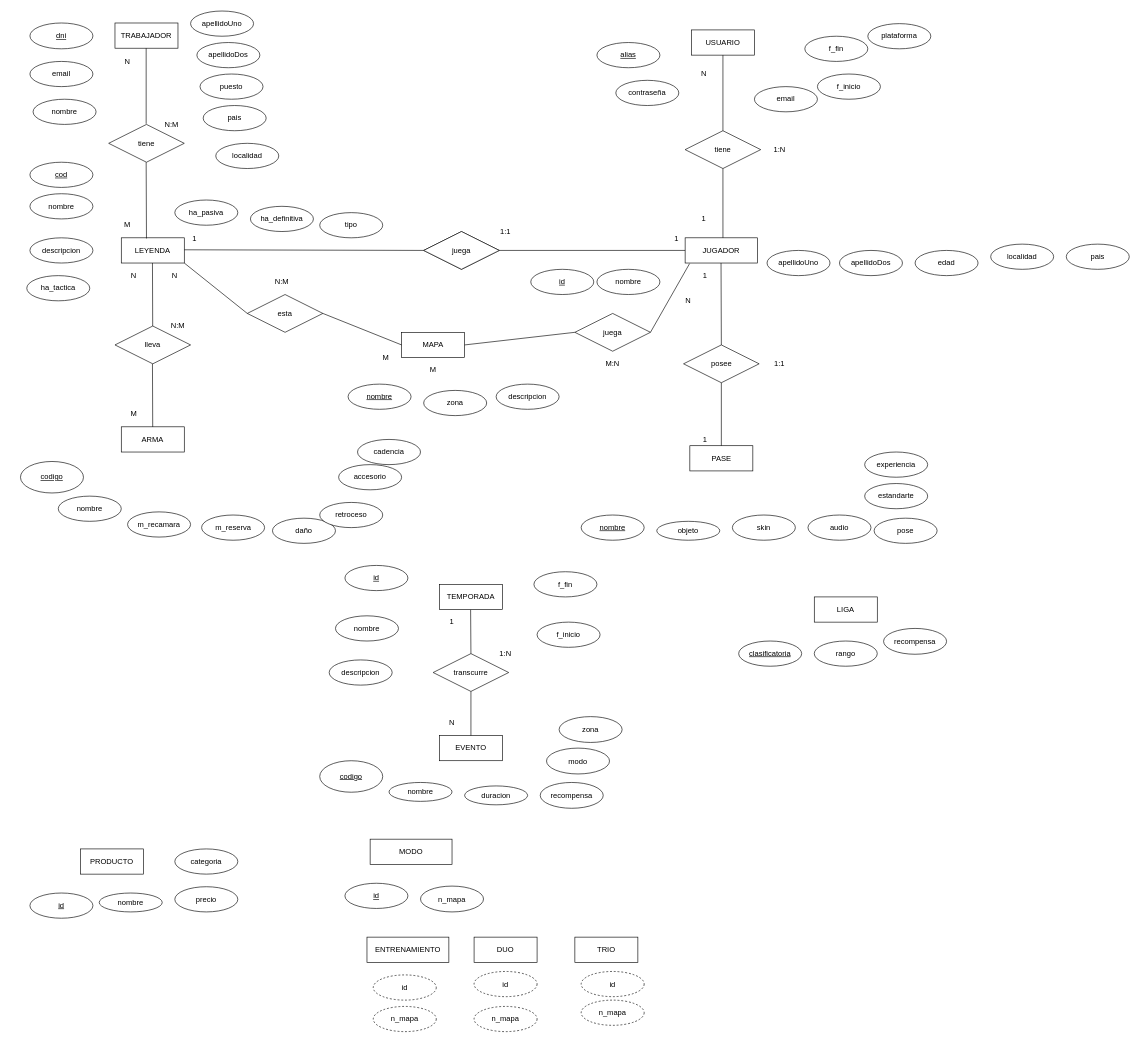
Above: modelo_entidad_relacion/modelo_entidad_relacion.drawio in raulgp97/base_de_datos_apex_leyends (draw.io), before the change. Source tidied: cells renumbered, new cells numbered last; positions are measured from the earlier drawing's top-left corner, leaving out a move shared by most shapes. Both pictures are drawn from the tidied source at 63%, with x=0, y=0 at pixel (20, 11).
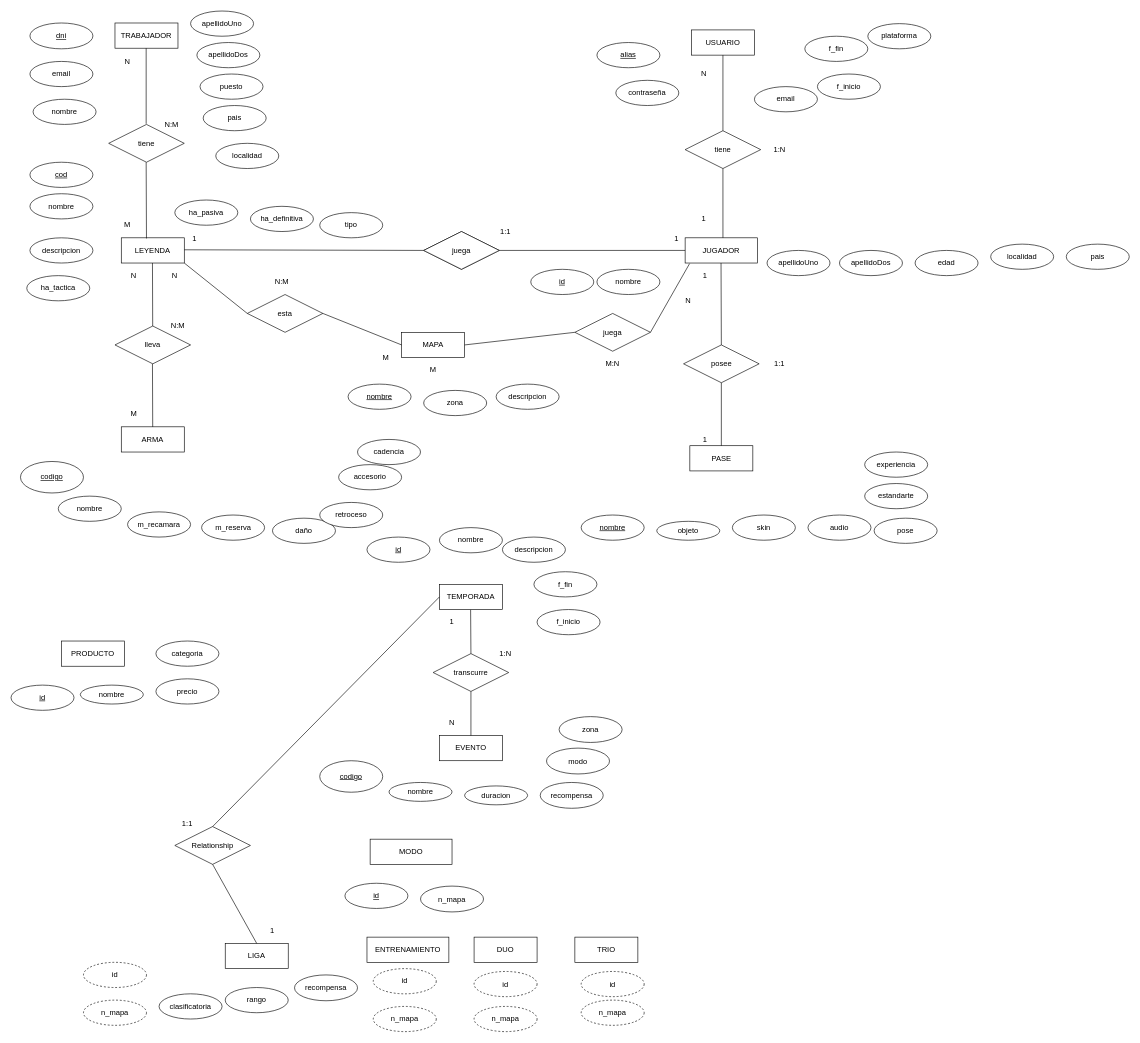
After the change.

Commit message:
Relacion liga y temporada

He añadido la entidad liga a la entidad modo para que herede de ella y también he añadido los atributos que hereda. Por último he establecido una relacion uno a uno entre las entidades liga y temporada.

Unchanged cells that the change refers to:
```xml
<mxCell id="6" value="TEMPORADA" style="whiteSpace=wrap;html=1;align=center;" parent="1" vertex="1">
  <mxGeometry x="665" y="910" width="100" height="40" as="geometry" />
</mxCell>
```

What changed in the source:
```diff
@@
     <mxCell id="8" value="LIGA" style="whiteSpace=wrap;html=1;align=center;" parent="1" vertex="1">
-      <mxGeometry x="1260" y="930" width="100" height="40" as="geometry" />
+      <mxGeometry x="325" y="1480" width="100" height="40" as="geometry" />
     </mxCell>
@@
     <mxCell id="10" value="PRODUCTO" style="whiteSpace=wrap;html=1;align=center;" parent="1" vertex="1">
-      <mxGeometry x="95" y="1330" width="100" height="40" as="geometry" />
+      <mxGeometry x="65" y="1000" width="100" height="40" as="geometry" />
     </mxCell>
@@
     <mxCell id="44" value="id" style="ellipse;whiteSpace=wrap;html=1;align=center;fontStyle=4;" parent="1" vertex="1">
-      <mxGeometry x="515" y="880" width="100" height="40" as="geometry" />
+      <mxGeometry x="550" y="835" width="100" height="40" as="geometry" />
     </mxCell>
     <mxCell id="45" value="nombre" style="ellipse;whiteSpace=wrap;html=1;align=center;" parent="1" vertex="1">
-      <mxGeometry x="500" y="960" width="100" height="40" as="geometry" />
+      <mxGeometry x="665" y="820" width="100" height="40" as="geometry" />
     </mxCell>
     <mxCell id="46" value="f_inicio" style="ellipse;whiteSpace=wrap;html=1;align=center;" parent="1" vertex="1">
-      <mxGeometry x="820" y="970" width="100" height="40" as="geometry" />
+      <mxGeometry x="820" y="950" width="100" height="40" as="geometry" />
     </mxCell>
@@
     <mxCell id="48" value="descripcion" style="ellipse;whiteSpace=wrap;html=1;align=center;" parent="1" vertex="1">
-      <mxGeometry x="490" y="1030" width="100" height="40" as="geometry" />
+      <mxGeometry x="765" y="835" width="100" height="40" as="geometry" />
     </mxCell>
@@
     <mxCell id="59" value="rango" style="ellipse;whiteSpace=wrap;html=1;align=center;" parent="1" vertex="1">
-      <mxGeometry x="1260" y="1000" width="100" height="40" as="geometry" />
+      <mxGeometry x="325" y="1550" width="100" height="40" as="geometry" />
     </mxCell>
-    <mxCell id="60" value="clasificatoria" style="ellipse;whiteSpace=wrap;html=1;align=center;fontStyle=4;" parent="1" vertex="1">
-      <mxGeometry x="1140" y="1000" width="100" height="40" as="geometry" />
-    </mxCell>
     <mxCell id="61" value="recompensa" style="ellipse;whiteSpace=wrap;html=1;align=center;" parent="1" vertex="1">
-      <mxGeometry x="1370" y="980" width="100" height="41" as="geometry" />
+      <mxGeometry x="435" y="1530" width="100" height="41" as="geometry" />
     </mxCell>
     <mxCell id="62" value="id" style="ellipse;whiteSpace=wrap;html=1;align=center;fontStyle=4;" parent="1" vertex="1">
-      <mxGeometry x="15" y="1400" width="100" height="40" as="geometry" />
+      <mxGeometry x="-15" y="1070" width="100" height="40" as="geometry" />
     </mxCell>
     <mxCell id="63" value="precio" style="ellipse;whiteSpace=wrap;html=1;align=center;" parent="1" vertex="1">
-      <mxGeometry x="245" y="1390" width="100" height="40" as="geometry" />
+      <mxGeometry x="215" y="1060" width="100" height="40" as="geometry" />
     </mxCell>
     <mxCell id="64" value="nombre" style="ellipse;whiteSpace=wrap;html=1;align=center;" parent="1" vertex="1">
-      <mxGeometry x="125" y="1400" width="100" height="30" as="geometry" />
+      <mxGeometry x="95" y="1070" width="100" height="30" as="geometry" />
     </mxCell>
     <mxCell id="65" value="categoria" style="ellipse;whiteSpace=wrap;html=1;align=center;" parent="1" vertex="1">
-      <mxGeometry x="245" y="1330" width="100" height="40" as="geometry" />
+      <mxGeometry x="215" y="1000" width="100" height="40" as="geometry" />
     </mxCell>
@@
     <mxCell id="105" value="id" style="ellipse;whiteSpace=wrap;html=1;align=center;dashed=1;" parent="1" vertex="1">
-      <mxGeometry x="560" y="1530" width="100" height="40" as="geometry" />
+      <mxGeometry x="560" y="1520" width="100" height="40" as="geometry" />
     </mxCell>
@@
+    <mxCell id="138" value="n_mapa" style="ellipse;whiteSpace=wrap;html=1;align=center;dashed=1;" parent="1" vertex="1">
+      <mxGeometry x="100" y="1570" width="100" height="40" as="geometry" />
+    </mxCell>
+    <mxCell id="139" value="id" style="ellipse;whiteSpace=wrap;html=1;align=center;dashed=1;" parent="1" vertex="1">
+      <mxGeometry x="100" y="1510" width="100" height="40" as="geometry" />
+    </mxCell>
+    <mxCell id="60" value="clasificatoria" style="ellipse;whiteSpace=wrap;html=1;align=center;" parent="1" vertex="1">
+      <mxGeometry x="220" y="1560" width="100" height="40" as="geometry" />
+    </mxCell>
+    <mxCell id="140" value="Relationship" style="shape=rhombus;perimeter=rhombusPerimeter;whiteSpace=wrap;html=1;align=center;" parent="1" vertex="1">
+      <mxGeometry x="245" y="1294.5" width="120" height="60" as="geometry" />
+    </mxCell>
+    <mxCell id="141" style="endArrow=none;html=1;rounded=0;exitX=0.5;exitY=0;exitDx=0;exitDy=0;entryX=0;entryY=0.5;entryDx=0;entryDy=0;" parent="1" edge="1" source="140" target="6">
+      <mxGeometry relative="1" as="geometry" />
+    </mxCell>
+    <mxCell id="142" style="endArrow=none;html=1;rounded=0;entryX=0.5;entryY=1;entryDx=0;entryDy=0;exitX=0.5;exitY=0;exitDx=0;exitDy=0;" parent="1" edge="1" source="8" target="140">
+      <mxGeometry relative="1" as="geometry" />
+    </mxCell>
+    <mxCell id="143" value="1:1" style="text;html=1;strokeColor=none;fillColor=none;align=center;verticalAlign=middle;whiteSpace=wrap;rounded=0;" parent="1" vertex="1">
+      <mxGeometry x="245" y="1280" width="40" height="20" as="geometry" />
+    </mxCell>
+    <mxCell id="144" value="1" style="text;html=1;strokeColor=none;fillColor=none;align=center;verticalAlign=middle;whiteSpace=wrap;rounded=0;" parent="1" vertex="1">
+      <mxGeometry x="380" y="1450" width="40" height="20" as="geometry" />
+    </mxCell>
```
